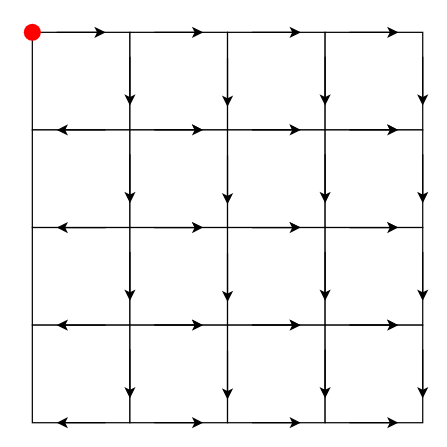
Earlier version of the draw.io diagram TCCL/MESH_REDUCE.drawio (BEYHHH/SBLP). Source tidied: cells renumbered, new cells numbered last; positions are measured from the earlier drawing's top-left corner, leaving out a move shared by most shapes. Both pictures are drawn from the tidied source at 122%, with x=0, y=0 at pixel (20, 20).
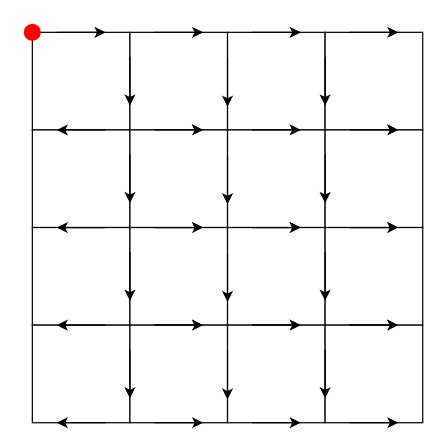
The same diagram, later.

Unchanged cells that the change refers to:
```xml
<mxCell id="10" style="rounded=0;whiteSpace=wrap;html=1;" parent="1" vertex="1">
  <mxGeometry x="250" y="10" width="80" height="80" as="geometry" />
</mxCell>
<mxCell id="24" style="rounded=0;whiteSpace=wrap;html=1;" parent="1" vertex="1">
  <mxGeometry x="250" y="90" width="80" height="80" as="geometry" />
</mxCell>
<mxCell id="38" style="rounded=0;whiteSpace=wrap;html=1;" parent="1" vertex="1">
  <mxGeometry x="250" y="170" width="80" height="80" as="geometry" />
</mxCell>
<mxCell id="52" style="rounded=0;whiteSpace=wrap;html=1;" parent="1" vertex="1">
  <mxGeometry x="250" y="250" width="80" height="80" as="geometry" />
</mxCell>
```

Change to the diagram source:
```diff
@@
-    <mxCell id="15" style="endArrow=classic;html=1;rounded=0;entryX=1;entryY=0.75;entryDx=0;entryDy=0;exitX=1;exitY=0.25;exitDx=0;exitDy=0;" parent="1" edge="1" source="10" target="10">
-      <mxGeometry relative="1" as="geometry" />
-    </mxCell>
@@
-    <mxCell id="29" style="endArrow=classic;html=1;rounded=0;entryX=1;entryY=0.75;entryDx=0;entryDy=0;exitX=1;exitY=0.25;exitDx=0;exitDy=0;" parent="1" edge="1" source="24" target="24">
-      <mxGeometry relative="1" as="geometry" />
-    </mxCell>
@@
-    <mxCell id="43" style="endArrow=classic;html=1;rounded=0;entryX=1;entryY=0.75;entryDx=0;entryDy=0;exitX=1;exitY=0.25;exitDx=0;exitDy=0;" parent="1" edge="1" source="38" target="38">
-      <mxGeometry relative="1" as="geometry" />
-    </mxCell>
@@
-    <mxCell id="57" style="endArrow=classic;html=1;rounded=0;entryX=1;entryY=0.75;entryDx=0;entryDy=0;exitX=1;exitY=0.25;exitDx=0;exitDy=0;" parent="1" edge="1" source="52" target="52">
-      <mxGeometry relative="1" as="geometry" />
-    </mxCell>
```
